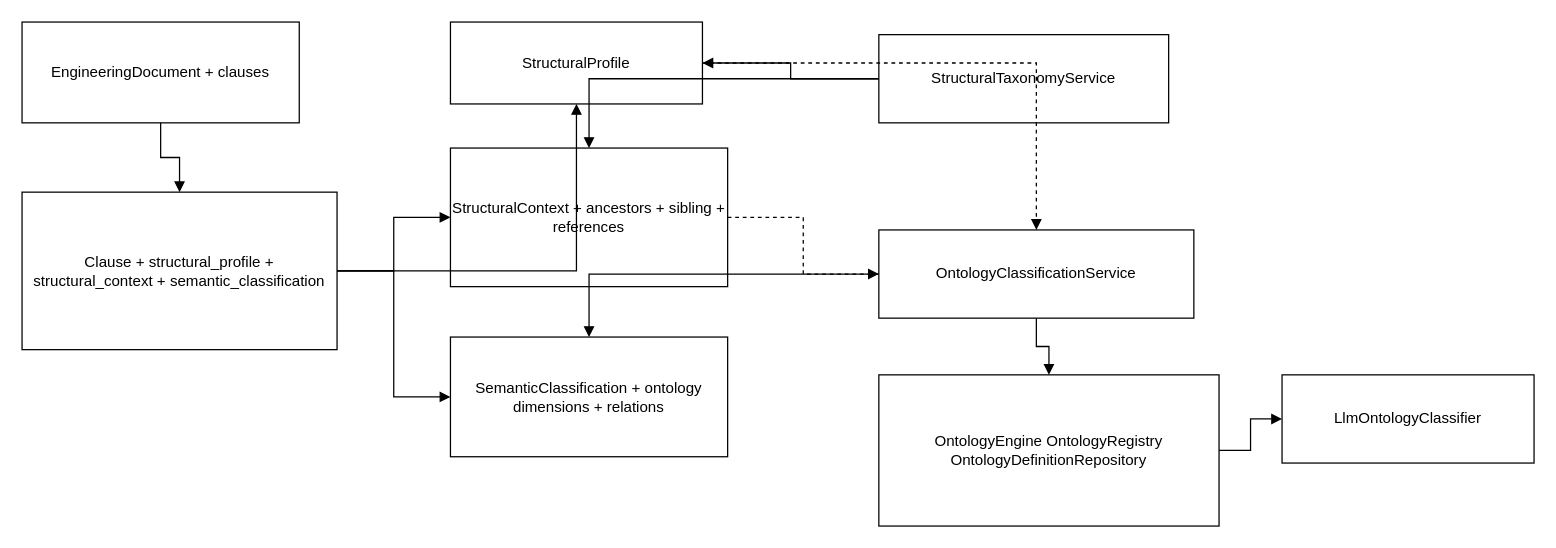
This is docs/architecture/diagrams/drawio/current-architecture-class-diagram.drawio from shetze/standards-atlas, a draw.io file, before an edit. Source tidied: cells renumbered, new cells numbered last; positions are measured from the earlier drawing's top-left corner, leaving out a move shared by most shapes. Both pictures are drawn from the tidied source at 126%, with x=0, y=0 at pixel (21, 21).
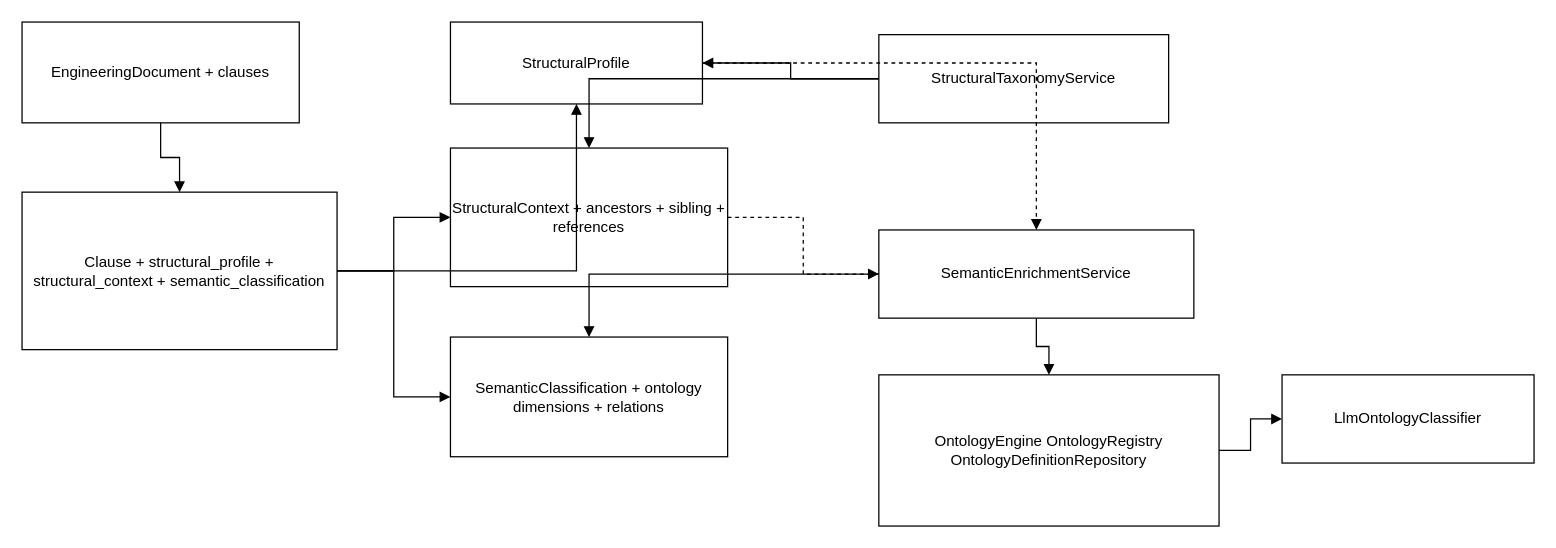
The same diagram, later.

Diff of the diagram source:
```diff
@@
-    <mxCell id="8" value="OntologyClassificationService" style="rounded=0;whiteSpace=wrap;html=1;" parent="1" vertex="1">
+    <mxCell id="8" value="SemanticEnrichmentService" style="rounded=0;whiteSpace=wrap;html=1;" parent="1" vertex="1">
       <mxGeometry x="680" y="165" width="250" height="70" as="geometry" />
     </mxCell>
```
